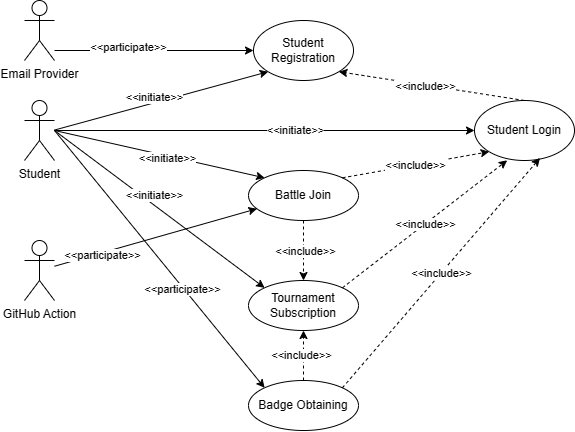
Earlier version of the draw.io export RASD/Images/UC_Student.png (RiccardoFiorentini/AnnechiniFilippiFiorentini). Source tidied: cells renumbered, new cells last; positions are measured from the earlier drawing's top-left corner, leaving out a move shared by most shapes. The source it was exported from:
```xml
<mxGraphModel>
  <root>
    <mxCell id="0" />
    <mxCell id="1" parent="0" />
    <mxCell id="2" value="Student" style="shape=umlActor;verticalLabelPosition=bottom;verticalAlign=top;html=1;outlineConnect=0;" parent="1" vertex="1">
      <mxGeometry y="100" width="30" height="60" as="geometry" />
    </mxCell>
    <mxCell id="3" value="Student Login" style="ellipse;whiteSpace=wrap;html=1;" parent="1" vertex="1">
      <mxGeometry x="450" y="100" width="100" height="60" as="geometry" />
    </mxCell>
    <mxCell id="4" style="endArrow=classic;html=1;rounded=0;entryX=0;entryY=0.5;entryDx=0;entryDy=0;" parent="1" edge="1" source="2" target="3">
      <mxGeometry relative="1" as="geometry" />
    </mxCell>
    <mxCell id="5" value="&amp;lt;&amp;lt;initiate&amp;gt;&amp;gt;" style="edgeLabel;html=1;align=center;verticalAlign=middle;" parent="4" vertex="1">
      <mxGeometry x="-0.22" y="1" relative="1" as="geometry">
        <mxPoint x="77" y="1" as="offset" />
      </mxGeometry>
    </mxCell>
    <mxCell id="6" value="Student Registration" style="ellipse;whiteSpace=wrap;html=1;" parent="1" vertex="1">
      <mxGeometry x="229" y="20" width="100" height="60" as="geometry" />
    </mxCell>
    <mxCell id="7" style="endArrow=classic;html=1;rounded=0;entryX=0;entryY=1;entryDx=0;entryDy=0;" parent="1" edge="1" target="6">
      <mxGeometry relative="1" as="geometry">
        <mxPoint x="30" y="129.6" as="sourcePoint" />
      </mxGeometry>
    </mxCell>
    <mxCell id="8" value="&amp;lt;&amp;lt;initiate&amp;gt;&amp;gt;" style="edgeLabel;html=1;align=center;verticalAlign=middle;" parent="7" vertex="1">
      <mxGeometry x="-0.22" y="1" relative="1" as="geometry">
        <mxPoint x="17" y="-9" as="offset" />
      </mxGeometry>
    </mxCell>
    <mxCell id="9" style="endArrow=classic;dashed=1;html=1;rounded=0;exitX=0.5;exitY=0;exitDx=0;exitDy=0;endFill=1;entryX=1;entryY=1;entryDx=0;entryDy=0;" parent="1" edge="1" source="3" target="6">
      <mxGeometry relative="1" as="geometry" />
    </mxCell>
    <mxCell id="10" value="&amp;lt;&amp;lt;include&amp;gt;&amp;gt;" style="edgeLabel;html=1;align=center;verticalAlign=middle;" parent="9" vertex="1">
      <mxGeometry x="0.06" y="1" relative="1" as="geometry" />
    </mxCell>
    <mxCell id="11" value="Tournament Subscription" style="ellipse;whiteSpace=wrap;html=1;" parent="1" vertex="1">
      <mxGeometry x="224" y="280" width="110" height="50" as="geometry" />
    </mxCell>
    <mxCell id="12" style="endArrow=classic;html=1;rounded=0;exitX=1;exitY=0;exitDx=0;exitDy=0;strokeColor=default;dashed=1;entryX=0.327;entryY=0.997;entryDx=0;entryDy=0;entryPerimeter=0;" parent="1" edge="1" source="11" target="3">
      <mxGeometry relative="1" as="geometry" />
    </mxCell>
    <mxCell id="13" value="&amp;lt;&amp;lt;include&amp;gt;&amp;gt;" style="edgeLabel;html=1;align=center;verticalAlign=middle;" parent="12" vertex="1">
      <mxGeometry relative="1" as="geometry" />
    </mxCell>
    <mxCell id="14" style="endArrow=classic;html=1;rounded=0;entryX=0;entryY=0;entryDx=0;entryDy=0;" parent="1" edge="1" target="11">
      <mxGeometry relative="1" as="geometry">
        <mxPoint x="30" y="130" as="sourcePoint" />
      </mxGeometry>
    </mxCell>
    <mxCell id="15" value="&amp;lt;&amp;lt;initiate&amp;gt;&amp;gt;" style="edgeLabel;html=1;align=center;verticalAlign=middle;" parent="14" vertex="1">
      <mxGeometry x="-0.02" y="-5" relative="1" as="geometry">
        <mxPoint y="-16" as="offset" />
      </mxGeometry>
    </mxCell>
    <mxCell id="16" value="Battle Join" style="ellipse;whiteSpace=wrap;html=1;" parent="1" vertex="1">
      <mxGeometry x="224" y="170" width="110" height="50" as="geometry" />
    </mxCell>
    <mxCell id="17" style="endArrow=classic;html=1;rounded=0;exitX=1;exitY=0;exitDx=0;exitDy=0;strokeColor=default;dashed=1;entryX=0;entryY=1;entryDx=0;entryDy=0;" parent="1" edge="1" source="16" target="3">
      <mxGeometry relative="1" as="geometry" />
    </mxCell>
    <mxCell id="18" value="&amp;lt;&amp;lt;include&amp;gt;&amp;gt;" style="edgeLabel;html=1;align=center;verticalAlign=middle;" parent="17" vertex="1">
      <mxGeometry relative="1" as="geometry" />
    </mxCell>
    <mxCell id="19" style="endArrow=classic;html=1;rounded=0;entryX=0;entryY=0;entryDx=0;entryDy=0;" parent="1" edge="1" target="16">
      <mxGeometry relative="1" as="geometry">
        <mxPoint x="30" y="130" as="sourcePoint" />
      </mxGeometry>
    </mxCell>
    <mxCell id="20" value="&amp;lt;&amp;lt;initiate&amp;gt;&amp;gt;" style="edgeLabel;html=1;align=center;verticalAlign=middle;" parent="19" vertex="1">
      <mxGeometry x="-0.02" y="-5" relative="1" as="geometry">
        <mxPoint x="11" as="offset" />
      </mxGeometry>
    </mxCell>
    <mxCell id="21" style="endArrow=classic;dashed=1;html=1;rounded=0;endFill=1;entryX=0.5;entryY=0;entryDx=0;entryDy=0;exitX=0.5;exitY=1;exitDx=0;exitDy=0;" parent="1" edge="1" source="16" target="11">
      <mxGeometry relative="1" as="geometry" />
    </mxCell>
    <mxCell id="22" value="&amp;lt;&amp;lt;include&amp;gt;&amp;gt;" style="edgeLabel;html=1;align=center;verticalAlign=middle;" parent="21" vertex="1">
      <mxGeometry x="0.02" y="2" relative="1" as="geometry" />
    </mxCell>
    <mxCell id="23" value="Email Provider&lt;br&gt;" style="shape=umlActor;verticalLabelPosition=bottom;verticalAlign=top;html=1;" parent="1" vertex="1">
      <mxGeometry width="30" height="60" as="geometry" />
    </mxCell>
    <mxCell id="24" style="endArrow=classic;html=1;rounded=0;entryX=0;entryY=0.5;entryDx=0;entryDy=0;" parent="1" edge="1" target="6">
      <mxGeometry relative="1" as="geometry">
        <mxPoint x="30" y="50" as="sourcePoint" />
      </mxGeometry>
    </mxCell>
    <mxCell id="25" value="&amp;lt;&amp;lt;participate&amp;gt;&amp;gt;" style="edgeLabel;html=1;align=center;verticalAlign=middle;" parent="24" vertex="1">
      <mxGeometry x="-0.22" y="1" relative="1" as="geometry">
        <mxPoint x="-4" y="-2" as="offset" />
      </mxGeometry>
    </mxCell>
    <mxCell id="26" value="GitHub Action" style="shape=umlActor;verticalLabelPosition=bottom;verticalAlign=top;html=1;outlineConnect=0;" parent="1" vertex="1">
      <mxGeometry y="240" width="30" height="60" as="geometry" />
    </mxCell>
    <mxCell id="27" style="endArrow=classic;html=1;rounded=0;" parent="1" edge="1" source="26" target="16">
      <mxGeometry relative="1" as="geometry" />
    </mxCell>
    <mxCell id="28" value="Badge Obtaining" style="ellipse;whiteSpace=wrap;html=1;" parent="1" vertex="1">
      <mxGeometry x="224" y="380" width="110" height="50" as="geometry" />
    </mxCell>
    <mxCell id="29" style="endArrow=classic;html=1;rounded=0;exitX=1;exitY=0;exitDx=0;exitDy=0;entryX=0.655;entryY=0.958;entryDx=0;entryDy=0;strokeColor=default;dashed=1;entryPerimeter=0;" parent="1" edge="1" source="28" target="3">
      <mxGeometry relative="1" as="geometry" />
    </mxCell>
    <mxCell id="30" value="&amp;lt;&amp;lt;include&amp;gt;&amp;gt;" style="edgeLabel;html=1;align=center;verticalAlign=middle;" parent="29" vertex="1">
      <mxGeometry relative="1" as="geometry" />
    </mxCell>
    <mxCell id="31" style="endArrow=classic;html=1;rounded=0;entryX=0;entryY=0;entryDx=0;entryDy=0;" parent="1" edge="1" target="28">
      <mxGeometry relative="1" as="geometry">
        <mxPoint x="30" y="130" as="sourcePoint" />
      </mxGeometry>
    </mxCell>
    <mxCell id="32" value="&amp;lt;&amp;lt;participate&amp;gt;&amp;gt;" style="edgeLabel;html=1;align=center;verticalAlign=middle;" parent="31" vertex="1">
      <mxGeometry x="-0.02" y="-5" relative="1" as="geometry">
        <mxPoint x="-51" y="-4" as="offset" />
      </mxGeometry>
    </mxCell>
    <mxCell id="33" value="&amp;lt;&amp;lt;participate&amp;gt;&amp;gt;" style="edgeLabel;html=1;align=center;verticalAlign=middle;" parent="31" vertex="1">
      <mxGeometry x="0.22" y="-1" relative="1" as="geometry" />
    </mxCell>
    <mxCell id="34" style="endArrow=classic;dashed=1;html=1;rounded=0;endFill=1;entryX=0.5;entryY=1;entryDx=0;entryDy=0;exitX=0.5;exitY=0;exitDx=0;exitDy=0;" parent="1" edge="1" source="28" target="11">
      <mxGeometry relative="1" as="geometry" />
    </mxCell>
    <mxCell id="35" value="&amp;lt;&amp;lt;include&amp;gt;&amp;gt;" style="edgeLabel;html=1;align=center;verticalAlign=middle;" parent="34" vertex="1">
      <mxGeometry x="0.02" y="2" relative="1" as="geometry" />
    </mxCell>
  </root>
</mxGraphModel>
```
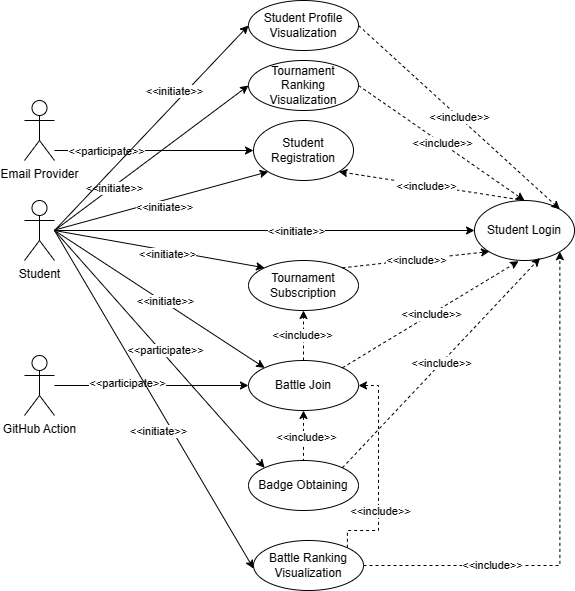
After the commit.

The edit, as a diff of the source:
```diff
@@ -24,11 +24,6 @@
         <mxPoint x="30" y="129.6" as="sourcePoint" />
       </mxGeometry>
     </mxCell>
-    <mxCell id="8" value="&amp;lt;&amp;lt;initiate&amp;gt;&amp;gt;" style="edgeLabel;html=1;align=center;verticalAlign=middle;" parent="7" vertex="1">
-      <mxGeometry x="-0.22" y="1" relative="1" as="geometry">
-        <mxPoint x="17" y="-9" as="offset" />
-      </mxGeometry>
-    </mxCell>
     <mxCell id="9" style="endArrow=classic;dashed=1;html=1;rounded=0;exitX=0.5;exitY=0;exitDx=0;exitDy=0;endFill=1;entryX=1;entryY=1;entryDx=0;entryDy=0;" parent="1" edge="1" source="3" target="6">
       <mxGeometry relative="1" as="geometry" />
     </mxCell>
@@ -36,10 +31,12 @@
       <mxGeometry x="0.06" y="1" relative="1" as="geometry" />
     </mxCell>
     <mxCell id="11" value="Tournament Subscription" style="ellipse;whiteSpace=wrap;html=1;" parent="1" vertex="1">
-      <mxGeometry x="224" y="280" width="110" height="50" as="geometry" />
+      <mxGeometry x="224" y="160" width="110" height="50" as="geometry" />
     </mxCell>
-    <mxCell id="12" style="endArrow=classic;html=1;rounded=0;exitX=1;exitY=0;exitDx=0;exitDy=0;strokeColor=default;dashed=1;entryX=0.327;entryY=0.997;entryDx=0;entryDy=0;entryPerimeter=0;" parent="1" edge="1" source="11" target="3">
-      <mxGeometry relative="1" as="geometry" />
+    <mxCell id="12" style="endArrow=classic;html=1;rounded=0;exitX=1;exitY=0;exitDx=0;exitDy=0;entryX=0;entryY=1;entryDx=0;entryDy=0;strokeColor=default;dashed=1;" parent="1" edge="1" source="11">
+      <mxGeometry relative="1" as="geometry">
+        <mxPoint x="465" y="151" as="targetPoint" />
+      </mxGeometry>
     </mxCell>
     <mxCell id="13" value="&amp;lt;&amp;lt;include&amp;gt;&amp;gt;" style="edgeLabel;html=1;align=center;verticalAlign=middle;" parent="12" vertex="1">
       <mxGeometry relative="1" as="geometry" />
@@ -51,13 +48,27 @@
     </mxCell>
     <mxCell id="15" value="&amp;lt;&amp;lt;initiate&amp;gt;&amp;gt;" style="edgeLabel;html=1;align=center;verticalAlign=middle;" parent="14" vertex="1">
       <mxGeometry x="-0.02" y="-5" relative="1" as="geometry">
-        <mxPoint y="-16" as="offset" />
+        <mxPoint x="11" as="offset" />
       </mxGeometry>
     </mxCell>
+    <mxCell id="36" style="edgeStyle=orthogonalEdgeStyle;rounded=0;jettySize=auto;html=1;startArrow=classic;startFill=1;endArrow=none;endFill=0;dashed=1;entryX=1;entryY=0;entryDx=0;entryDy=0;" parent="1" edge="1" source="16" target="40">
+      <mxGeometry relative="1" as="geometry">
+        <Array as="points">
+          <mxPoint x="354" y="285" />
+          <mxPoint x="354" y="430" />
+          <mxPoint x="323" y="430" />
+        </Array>
+      </mxGeometry>
+    </mxCell>
+    <mxCell id="37" value="&amp;lt;&amp;lt;include&amp;gt;&amp;gt;" style="edgeLabel;html=1;align=center;verticalAlign=middle;" parent="36" vertex="1">
+      <mxGeometry x="0.53" y="1" relative="1" as="geometry">
+        <mxPoint y="-18" as="offset" />
+      </mxGeometry>
+    </mxCell>
     <mxCell id="16" value="Battle Join" style="ellipse;whiteSpace=wrap;html=1;" parent="1" vertex="1">
-      <mxGeometry x="224" y="170" width="110" height="50" as="geometry" />
+      <mxGeometry x="224" y="260" width="110" height="50" as="geometry" />
     </mxCell>
-    <mxCell id="17" style="endArrow=classic;html=1;rounded=0;exitX=1;exitY=0;exitDx=0;exitDy=0;strokeColor=default;dashed=1;entryX=0;entryY=1;entryDx=0;entryDy=0;" parent="1" edge="1" source="16" target="3">
+    <mxCell id="17" style="endArrow=classic;html=1;rounded=0;exitX=1;exitY=0;exitDx=0;exitDy=0;entryX=0.441;entryY=1.011;entryDx=0;entryDy=0;strokeColor=default;dashed=1;entryPerimeter=0;" parent="1" edge="1" source="16" target="3">
       <mxGeometry relative="1" as="geometry" />
     </mxCell>
     <mxCell id="18" value="&amp;lt;&amp;lt;include&amp;gt;&amp;gt;" style="edgeLabel;html=1;align=center;verticalAlign=middle;" parent="17" vertex="1">
@@ -73,7 +84,7 @@
         <mxPoint x="11" as="offset" />
       </mxGeometry>
     </mxCell>
-    <mxCell id="21" style="endArrow=classic;dashed=1;html=1;rounded=0;endFill=1;entryX=0.5;entryY=0;entryDx=0;entryDy=0;exitX=0.5;exitY=1;exitDx=0;exitDy=0;" parent="1" edge="1" source="16" target="11">
+    <mxCell id="21" style="endArrow=classic;dashed=1;html=1;rounded=0;exitX=0.5;exitY=0;exitDx=0;exitDy=0;entryX=0.5;entryY=1;entryDx=0;entryDy=0;endFill=1;" parent="1" edge="1" source="16" target="11">
       <mxGeometry relative="1" as="geometry" />
     </mxCell>
     <mxCell id="22" value="&amp;lt;&amp;lt;include&amp;gt;&amp;gt;" style="edgeLabel;html=1;align=center;verticalAlign=middle;" parent="21" vertex="1">
@@ -89,17 +100,22 @@
     </mxCell>
     <mxCell id="25" value="&amp;lt;&amp;lt;participate&amp;gt;&amp;gt;" style="edgeLabel;html=1;align=center;verticalAlign=middle;" parent="24" vertex="1">
       <mxGeometry x="-0.22" y="1" relative="1" as="geometry">
-        <mxPoint x="-4" y="-2" as="offset" />
+        <mxPoint x="-27" y="1" as="offset" />
       </mxGeometry>
     </mxCell>
     <mxCell id="26" value="GitHub Action" style="shape=umlActor;verticalLabelPosition=bottom;verticalAlign=top;html=1;outlineConnect=0;" parent="1" vertex="1">
-      <mxGeometry y="240" width="30" height="60" as="geometry" />
+      <mxGeometry y="255" width="30" height="60" as="geometry" />
     </mxCell>
-    <mxCell id="27" style="endArrow=classic;html=1;rounded=0;" parent="1" edge="1" source="26" target="16">
+    <mxCell id="27" style="endArrow=classic;html=1;rounded=0;entryX=0;entryY=0.5;entryDx=0;entryDy=0;" parent="1" edge="1" source="26" target="16">
       <mxGeometry relative="1" as="geometry" />
     </mxCell>
+    <mxCell id="33" value="&amp;lt;&amp;lt;participate&amp;gt;&amp;gt;" style="edgeLabel;html=1;align=center;verticalAlign=middle;" parent="27" vertex="1">
+      <mxGeometry x="-0.22" y="1" relative="1" as="geometry">
+        <mxPoint x="-4" y="-2" as="offset" />
+      </mxGeometry>
+    </mxCell>
     <mxCell id="28" value="Badge Obtaining" style="ellipse;whiteSpace=wrap;html=1;" parent="1" vertex="1">
-      <mxGeometry x="224" y="380" width="110" height="50" as="geometry" />
+      <mxGeometry x="224" y="360" width="110" height="50" as="geometry" />
     </mxCell>
     <mxCell id="29" style="endArrow=classic;html=1;rounded=0;exitX=1;exitY=0;exitDx=0;exitDy=0;entryX=0.655;entryY=0.958;entryDx=0;entryDy=0;strokeColor=default;dashed=1;entryPerimeter=0;" parent="1" edge="1" source="28" target="3">
       <mxGeometry relative="1" as="geometry" />
@@ -114,17 +130,73 @@
     </mxCell>
     <mxCell id="32" value="&amp;lt;&amp;lt;participate&amp;gt;&amp;gt;" style="edgeLabel;html=1;align=center;verticalAlign=middle;" parent="31" vertex="1">
       <mxGeometry x="-0.02" y="-5" relative="1" as="geometry">
-        <mxPoint x="-51" y="-4" as="offset" />
+        <mxPoint x="11" as="offset" />
       </mxGeometry>
     </mxCell>
-    <mxCell id="33" value="&amp;lt;&amp;lt;participate&amp;gt;&amp;gt;" style="edgeLabel;html=1;align=center;verticalAlign=middle;" parent="31" vertex="1">
-      <mxGeometry x="0.22" y="-1" relative="1" as="geometry" />
-    </mxCell>
-    <mxCell id="34" style="endArrow=classic;dashed=1;html=1;rounded=0;endFill=1;entryX=0.5;entryY=1;entryDx=0;entryDy=0;exitX=0.5;exitY=0;exitDx=0;exitDy=0;" parent="1" edge="1" source="28" target="11">
+    <mxCell id="34" style="endArrow=none;dashed=1;html=1;rounded=0;endFill=0;entryX=0.5;entryY=0;entryDx=0;entryDy=0;exitX=0.5;exitY=1;exitDx=0;exitDy=0;startArrow=classic;startFill=1;" parent="1" edge="1" source="16" target="28">
       <mxGeometry relative="1" as="geometry" />
     </mxCell>
     <mxCell id="35" value="&amp;lt;&amp;lt;include&amp;gt;&amp;gt;" style="edgeLabel;html=1;align=center;verticalAlign=middle;" parent="34" vertex="1">
       <mxGeometry x="0.02" y="2" relative="1" as="geometry" />
     </mxCell>
+    <mxCell id="38" style="edgeStyle=orthogonalEdgeStyle;rounded=0;jettySize=auto;html=1;entryX=1;entryY=1;entryDx=0;entryDy=0;dashed=1;" parent="1" edge="1" source="40" target="3">
+      <mxGeometry relative="1" as="geometry" />
+    </mxCell>
+    <mxCell id="39" value="&amp;lt;&amp;lt;include&amp;gt;&amp;gt;" style="edgeLabel;html=1;align=center;verticalAlign=middle;" parent="38" vertex="1">
+      <mxGeometry x="-0.5" y="1" relative="1" as="geometry" />
+    </mxCell>
+    <mxCell id="40" value="Battle Ranking Visualization" style="ellipse;whiteSpace=wrap;html=1;" parent="1" vertex="1">
+      <mxGeometry x="229" y="440" width="110" height="50" as="geometry" />
+    </mxCell>
+    <mxCell id="41" style="endArrow=classic;html=1;rounded=0;entryX=0;entryY=0;entryDx=0;entryDy=0;" parent="1" edge="1">
+      <mxGeometry relative="1" as="geometry">
+        <mxPoint x="30" y="130" as="sourcePoint" />
+        <mxPoint x="229" y="468" as="targetPoint" />
+      </mxGeometry>
+    </mxCell>
+    <mxCell id="42" value="&amp;lt;&amp;lt;initiate&amp;gt;&amp;gt;" style="edgeLabel;html=1;align=center;verticalAlign=middle;" parent="41" vertex="1">
+      <mxGeometry x="-0.02" y="-5" relative="1" as="geometry">
+        <mxPoint x="11" y="33" as="offset" />
+      </mxGeometry>
+    </mxCell>
+    <mxCell id="43" value="Tournament Ranking Visualization" style="ellipse;whiteSpace=wrap;html=1;" parent="1" vertex="1">
+      <mxGeometry x="224" y="-40" width="110" height="50" as="geometry" />
+    </mxCell>
+    <mxCell id="44" style="endArrow=classic;html=1;rounded=0;entryX=0;entryY=0.5;entryDx=0;entryDy=0;" parent="1" edge="1" target="43">
+      <mxGeometry relative="1" as="geometry">
+        <mxPoint x="30" y="130" as="sourcePoint" />
+      </mxGeometry>
+    </mxCell>
+    <mxCell id="45" value="&amp;lt;&amp;lt;initiate&amp;gt;&amp;gt;" style="edgeLabel;html=1;align=center;verticalAlign=middle;" parent="44" vertex="1">
+      <mxGeometry x="-0.39" y="-1" relative="1" as="geometry" />
+    </mxCell>
+    <mxCell id="46" value="&amp;lt;&amp;lt;initiate&amp;gt;&amp;gt;" style="edgeLabel;html=1;align=center;verticalAlign=middle;" parent="1" vertex="1">
+      <mxGeometry x="139.9" y="106.9" as="geometry" />
+    </mxCell>
+    <mxCell id="47" style="endArrow=classic;html=1;rounded=0;exitX=1;exitY=0.5;exitDx=0;exitDy=0;entryX=0.5;entryY=0;entryDx=0;entryDy=0;strokeColor=default;dashed=1;" parent="1" edge="1" source="43" target="3">
+      <mxGeometry relative="1" as="geometry" />
+    </mxCell>
+    <mxCell id="48" value="&amp;lt;&amp;lt;include&amp;gt;&amp;gt;" style="edgeLabel;html=1;align=center;verticalAlign=middle;" parent="47" vertex="1">
+      <mxGeometry relative="1" as="geometry" />
+    </mxCell>
+    <mxCell id="49" value="Student Profile Visualization" style="ellipse;whiteSpace=wrap;html=1;" parent="1" vertex="1">
+      <mxGeometry x="224" y="-100" width="110" height="50" as="geometry" />
+    </mxCell>
+    <mxCell id="50" style="endArrow=classic;html=1;rounded=0;entryX=0;entryY=0.5;entryDx=0;entryDy=0;" parent="1" edge="1" target="49">
+      <mxGeometry relative="1" as="geometry">
+        <mxPoint x="30" y="130" as="sourcePoint" />
+      </mxGeometry>
+    </mxCell>
+    <mxCell id="51" value="&amp;lt;&amp;lt;initiate&amp;gt;&amp;gt;" style="edgeLabel;html=1;align=center;verticalAlign=middle;" parent="50" vertex="1">
+      <mxGeometry x="-0.39" y="-1" relative="1" as="geometry">
+        <mxPoint x="60" y="-78" as="offset" />
+      </mxGeometry>
+    </mxCell>
+    <mxCell id="52" style="endArrow=classic;html=1;rounded=0;exitX=1;exitY=0.5;exitDx=0;exitDy=0;entryX=1;entryY=0;entryDx=0;entryDy=0;strokeColor=default;dashed=1;" parent="1" edge="1" source="49" target="3">
+      <mxGeometry relative="1" as="geometry" />
+    </mxCell>
+    <mxCell id="53" value="&amp;lt;&amp;lt;include&amp;gt;&amp;gt;" style="edgeLabel;html=1;align=center;verticalAlign=middle;" parent="52" vertex="1">
+      <mxGeometry relative="1" as="geometry" />
+    </mxCell>
   </root>
 </mxGraphModel>
```
